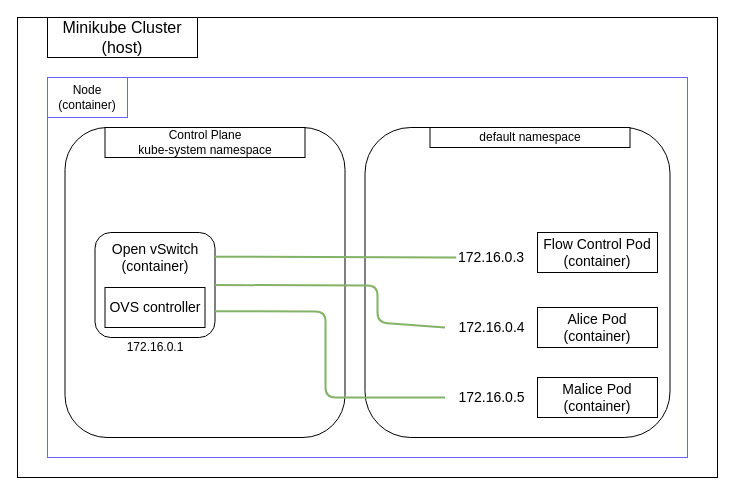
The draw.io diagram page "Initial State" (1 of 4) of demos/demo1_v2/demo1.drawio in parasecurity/principals, before the edit. Source tidied: cells renumbered, new cells numbered last; positions are measured from the earlier drawing's top-left corner, leaving out a move shared by most shapes. Both pictures are drawn from the tidied source at 100%, with x=0, y=0 at pixel (17, 17).
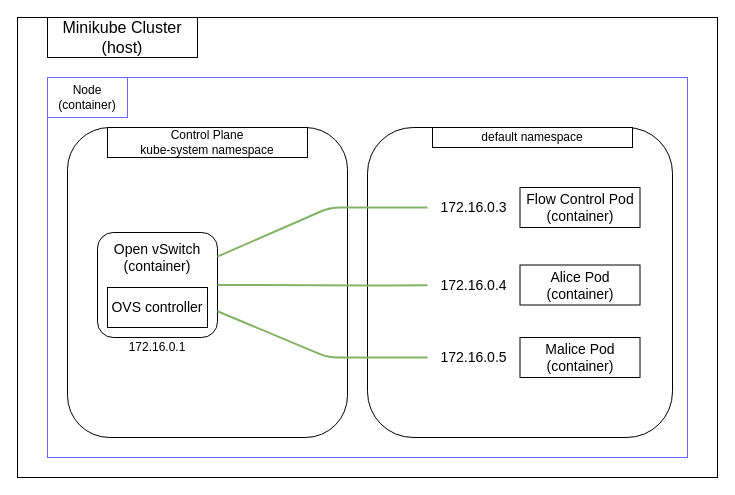
Above is the later version.

The change refers to these unchanged cells:
```xml
<mxCell id="9" value="&lt;font style=&quot;font-size: 16px&quot;&gt;&lt;br&gt;&lt;/font&gt;" style="rounded=1;whiteSpace=wrap;html=1;" parent="6" vertex="1">
  <mxGeometry x="30" y="105" width="120" height="105" as="geometry" />
</mxCell>
```

The edit, as a diff of the source:
```diff
@@
     <mxCell id="6" style="group;" parent="1" vertex="1">
-      <mxGeometry x="47.5" y="110" width="605" height="340" as="geometry" />
+      <mxGeometry x="50" y="110" width="605" height="340" as="geometry" />
     </mxCell>
@@
     <mxCell id="11" value="172.16.0.3" style="text;html=1;strokeColor=none;fillColor=none;align=center;verticalAlign=middle;whiteSpace=wrap;rounded=0;fontSize=14;" parent="6" vertex="1">
-      <mxGeometry x="391.2" y="120" width="70" height="20" as="geometry" />
+      <mxGeometry x="360" y="70" width="92.5" height="20" as="geometry" />
     </mxCell>
@@
     <mxCell id="14" style="rounded=0;whiteSpace=wrap;html=1;fontSize=14;" parent="6" vertex="1">
-      <mxGeometry x="472.5" y="250" width="120" height="40" as="geometry" />
+      <mxGeometry x="452.5" y="210" width="120" height="40" as="geometry" />
     </mxCell>
     <mxCell id="15" value="172.16.0.4" style="text;html=1;strokeColor=none;fillColor=none;align=center;verticalAlign=middle;whiteSpace=wrap;rounded=0;fontSize=14;" parent="6" vertex="1">
-      <mxGeometry x="380" y="190" width="92.5" height="20" as="geometry" />
+      <mxGeometry x="360" y="147.5" width="92.5" height="20" as="geometry" />
     </mxCell>
     <mxCell id="16" value="172.16.0.5" style="text;html=1;strokeColor=none;fillColor=none;align=center;verticalAlign=middle;whiteSpace=wrap;rounded=0;fontSize=14;" parent="6" vertex="1">
-      <mxGeometry x="380" y="260" width="92.5" height="20" as="geometry" />
+      <mxGeometry x="360" y="220" width="92.5" height="20" as="geometry" />
     </mxCell>
     <mxCell id="17" style="endArrow=none;html=1;strokeWidth=2;fontSize=14;exitX=1;exitY=0.75;exitDx=0;exitDy=0;entryX=0;entryY=0.5;entryDx=0;entryDy=0;fillColor=#d5e8d4;strokeColor=#82b366;" parent="6" edge="1" source="9" target="16">
       <mxGeometry relative="1" as="geometry">
         <Array as="points">
-          <mxPoint x="260.5" y="184" />
-          <mxPoint x="260.5" y="270" />
+          <mxPoint x="260.5" y="230" />
         </Array>
       </mxGeometry>
     </mxCell>
     <mxCell id="18" value="Malice Pod&lt;br&gt;(container)" style="text;html=1;strokeColor=none;fillColor=none;align=center;verticalAlign=middle;whiteSpace=wrap;rounded=0;fontSize=14;" parent="6" vertex="1">
-      <mxGeometry x="492.5" y="250" width="80" height="40" as="geometry" />
+      <mxGeometry x="472.5" y="210" width="80" height="40" as="geometry" />
     </mxCell>
@@
-    <mxCell id="20" style="endArrow=none;html=1;fontSize=14;entryX=0;entryY=0.5;entryDx=0;entryDy=0;exitX=0.998;exitY=0.23;exitDx=0;exitDy=0;exitPerimeter=0;fillColor=#d5e8d4;strokeColor=#82b366;strokeWidth=2;" parent="6" edge="1" source="9" target="11">
-      <mxGeometry relative="1" as="geometry" />
+    <mxCell id="20" style="endArrow=none;html=1;fontSize=14;exitX=0.998;exitY=0.23;exitDx=0;exitDy=0;exitPerimeter=0;fillColor=#d5e8d4;strokeColor=#82b366;strokeWidth=2;entryX=0;entryY=0.5;entryDx=0;entryDy=0;" parent="6" edge="1" source="9" target="11">
+      <mxGeometry relative="1" as="geometry">
+        <Array as="points">
+          <mxPoint x="262.5" y="80" />
+        </Array>
+      </mxGeometry>
     </mxCell>
-    <mxCell id="21" style="endArrow=none;html=1;strokeWidth=2;fontSize=14;exitX=1;exitY=0.5;exitDx=0;exitDy=0;entryX=0;entryY=0.5;entryDx=0;entryDy=0;fillColor=#d5e8d4;strokeColor=#82b366;" parent="6" edge="1" source="9" target="15">
+    <mxCell id="21" style="endArrow=none;html=1;strokeWidth=2;fontSize=14;exitX=1;exitY=0.5;exitDx=0;exitDy=0;fillColor=#d5e8d4;strokeColor=#82b366;" parent="6" edge="1" source="9" target="15">
       <mxGeometry relative="1" as="geometry">
         <Array as="points">
           <mxPoint x="312.5" y="158" />
-          <mxPoint x="312.5" y="195" />
         </Array>
       </mxGeometry>
     </mxCell>
@@
     <mxCell id="23" style="rounded=0;whiteSpace=wrap;html=1;fontSize=14;" parent="6" vertex="1">
-      <mxGeometry x="472.5" y="105" width="120" height="40" as="geometry" />
+      <mxGeometry x="452.5" y="60" width="120" height="40" as="geometry" />
     </mxCell>
     <mxCell id="24" value="Flow Control Pod&lt;br&gt;(container)" style="text;html=1;strokeColor=none;fillColor=none;align=center;verticalAlign=middle;whiteSpace=wrap;rounded=0;fontSize=14;" parent="6" vertex="1">
-      <mxGeometry x="472.5" y="105" width="120" height="40" as="geometry" />
+      <mxGeometry x="452.5" y="60" width="120" height="40" as="geometry" />
     </mxCell>
     <mxCell id="25" style="rounded=0;whiteSpace=wrap;html=1;fontSize=14;" parent="6" vertex="1">
-      <mxGeometry x="472.5" y="180" width="120" height="40" as="geometry" />
+      <mxGeometry x="452.5" y="137.5" width="120" height="40" as="geometry" />
     </mxCell>
     <mxCell id="26" value="Alice Pod&lt;br&gt;(container)" style="text;html=1;strokeColor=none;fillColor=none;align=center;verticalAlign=middle;whiteSpace=wrap;rounded=0;fontSize=14;" parent="6" vertex="1">
-      <mxGeometry x="492.5" y="180" width="80" height="40" as="geometry" />
+      <mxGeometry x="472.5" y="137.5" width="80" height="40" as="geometry" />
     </mxCell>
```
